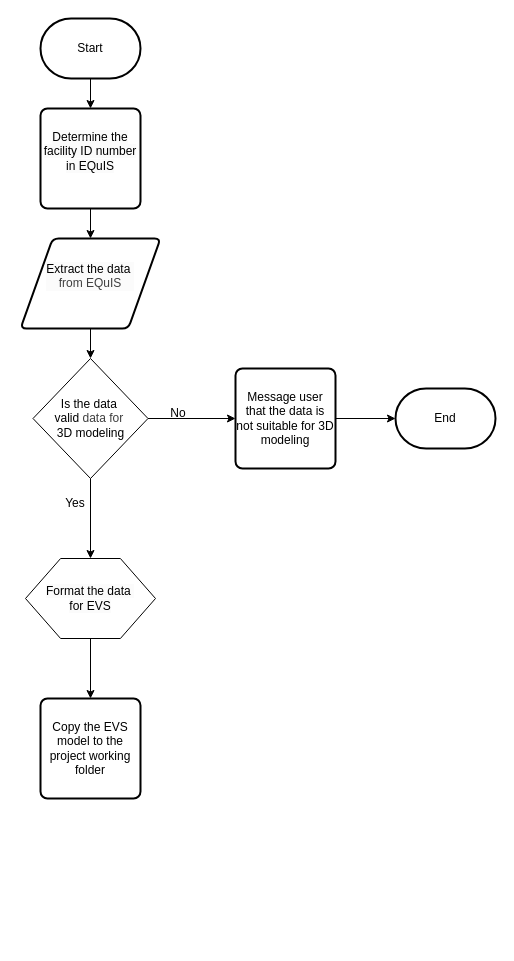
Above: EVSAuto.drawio in mkeddings/mkeddings_working (draw.io), before the change. Source tidied: cells renumbered, new cells numbered last; positions are measured from the earlier drawing's top-left corner, leaving out a move shared by most shapes. Both pictures are drawn from the tidied source at 100%, with x=0, y=0 at pixel (20, 18).
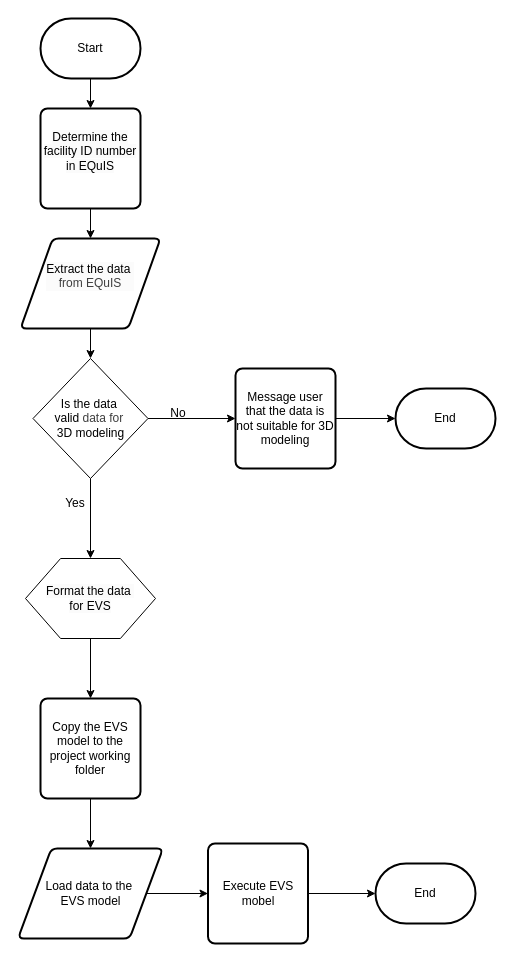
The same page after the edit.

Commit message:
EVS workflow update

Unchanged cells that the change refers to:
```xml
<mxCell id="15" value="Copy the EVS model to the project working folder" style="rounded=1;whiteSpace=wrap;html=1;absoluteArcSize=1;arcSize=14;strokeWidth=2;" parent="1" vertex="1">
  <mxGeometry x="20" y="680" width="100" height="100" as="geometry" />
</mxCell>
```

The edit, as a diff of the source:
```diff
@@
+    <mxCell id="19" value="Load data to the&amp;nbsp;&lt;div&gt;EVS model&lt;/div&gt;" style="shape=parallelogram;html=1;strokeWidth=2;perimeter=parallelogramPerimeter;whiteSpace=wrap;rounded=1;arcSize=12;size=0.23;" parent="1" vertex="1">
+      <mxGeometry x="-2.5" y="830" width="145" height="90" as="geometry" />
+    </mxCell>
+    <mxCell id="20" style="endArrow=classic;html=1;exitX=0.5;exitY=1;exitDx=0;exitDy=0;entryX=0.5;entryY=0;entryDx=0;entryDy=0;" parent="1" edge="1" source="15" target="19">
+      <mxGeometry relative="1" as="geometry" />
+    </mxCell>
+    <mxCell id="21" value="Execute EVS mobel" style="rounded=1;whiteSpace=wrap;html=1;absoluteArcSize=1;arcSize=14;strokeWidth=2;" parent="1" vertex="1">
+      <mxGeometry x="187.5" y="825" width="100" height="100" as="geometry" />
+    </mxCell>
+    <mxCell id="22" value="End" style="strokeWidth=2;html=1;shape=mxgraph.flowchart.terminator;whiteSpace=wrap;" parent="1" vertex="1">
+      <mxGeometry x="355" y="845" width="100" height="60" as="geometry" />
+    </mxCell>
+    <mxCell id="23" style="endArrow=classic;html=1;exitX=1;exitY=0.5;exitDx=0;exitDy=0;entryX=0;entryY=0.5;entryDx=0;entryDy=0;" parent="1" edge="1" source="19" target="21">
+      <mxGeometry relative="1" as="geometry" />
+    </mxCell>
+    <mxCell id="24" style="endArrow=classic;html=1;exitX=1;exitY=0.5;exitDx=0;exitDy=0;entryX=0;entryY=0.5;entryDx=0;entryDy=0;entryPerimeter=0;" parent="1" edge="1" source="21" target="22">
+      <mxGeometry relative="1" as="geometry" />
+    </mxCell>
```
